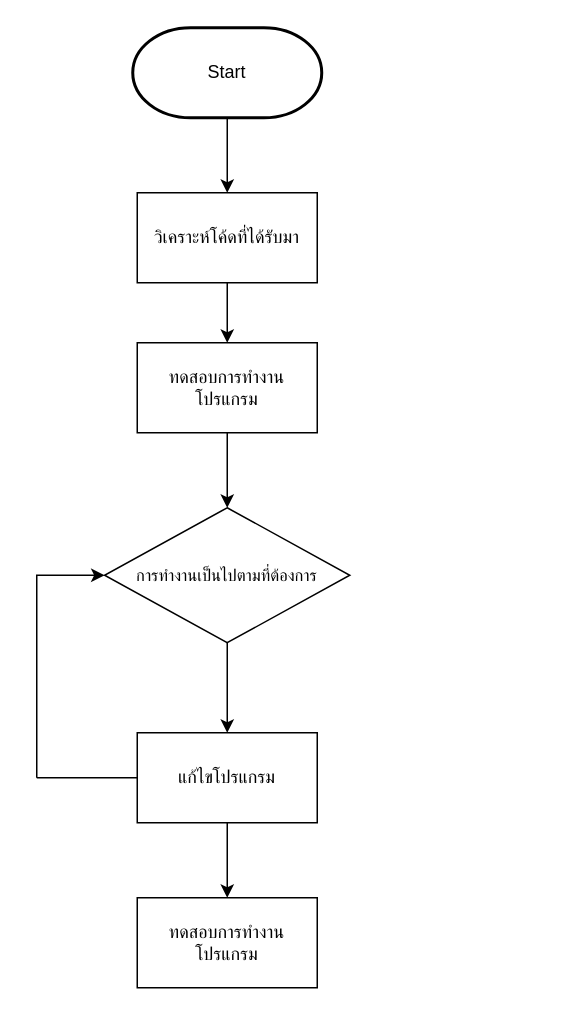
This is HW/HW01/hw01-2-fix-bug/hw01-2-fix-bug.drawio from wallradon/ENGCE117, a draw.io file, before an edit. Source tidied: cells renumbered, new cells numbered last; positions are measured from the earlier drawing's top-left corner, leaving out a move shared by most shapes. Both pictures are drawn from the tidied source at 150%, with x=0, y=0 at pixel (36, 27).
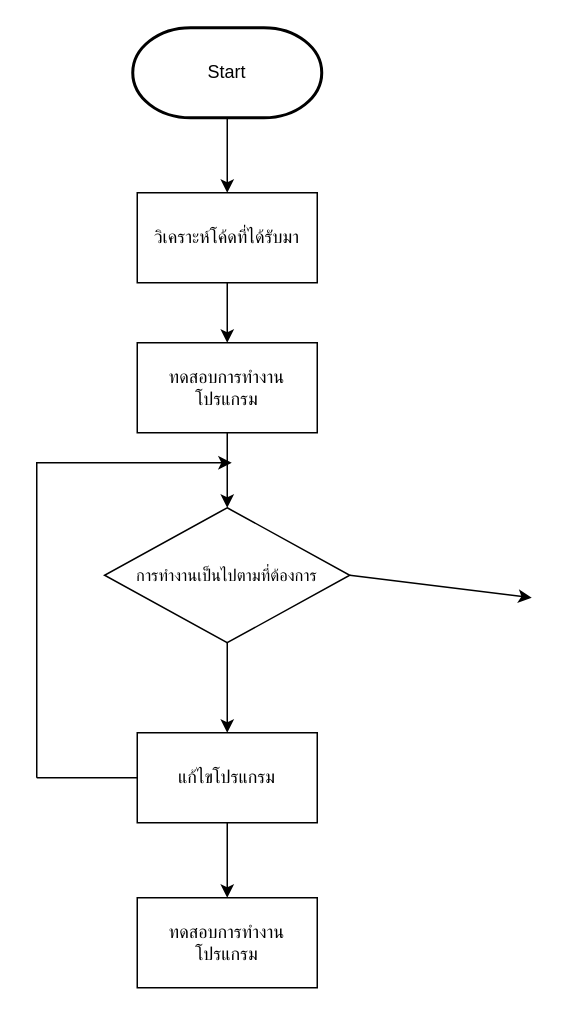
The same page after the edit.

The change refers to these unchanged cells:
```xml
<mxCell id="7" value="&lt;font style=&quot;font-size: 11px;&quot;&gt;การทำงานเป็นไปตามที่ต้องการ&lt;/font&gt;" style="shape=rhombus;perimeter=rhombusPerimeter;whiteSpace=wrap;html=1;align=center;rounded=0;strokeColor=default;verticalAlign=middle;fontFamily=Helvetica;fontSize=12;fontColor=default;fillColor=#FFFFFF;" parent="1" vertex="1">
  <mxGeometry x="45.2" y="320" width="163.5" height="90" as="geometry" />
</mxCell>
```

What changed in the source:
```diff
@@
-    <mxCell id="12" style="endArrow=classic;html=1;rounded=0;fontFamily=Helvetica;fontSize=12;fontColor=default;entryX=0;entryY=0.5;entryDx=0;entryDy=0;" parent="1" edge="1" target="7">
+    <mxCell id="12" style="endArrow=classic;html=1;rounded=0;fontFamily=Helvetica;fontSize=12;fontColor=default;" parent="1" edge="1">
       <mxGeometry relative="1" as="geometry">
         <mxPoint y="500" as="sourcePoint" />
+        <mxPoint x="130" y="290" as="targetPoint" />
         <Array as="points">
-          <mxPoint y="365" />
+          <mxPoint y="450" />
+          <mxPoint y="290" />
         </Array>
       </mxGeometry>
     </mxCell>
@@
+    <mxCell id="15" style="endArrow=classic;html=1;rounded=0;fontFamily=Helvetica;fontSize=12;fontColor=default;exitX=1;exitY=0.5;exitDx=0;exitDy=0;" parent="1" edge="1" source="7">
+      <mxGeometry relative="1" as="geometry">
+        <mxPoint x="330" y="380" as="targetPoint" />
+      </mxGeometry>
+    </mxCell>
```
